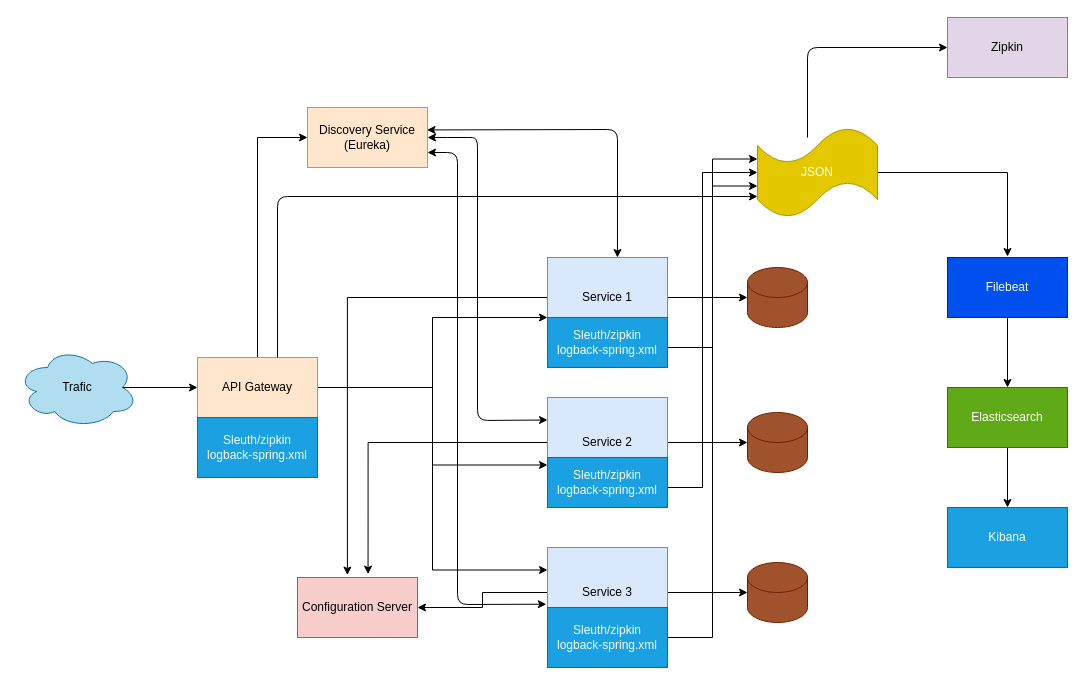
The draw.io diagram page "Seite-1" (1 of 3) of docs/Springboot-Cloud-Overview.drawio in mambarek/cma-deployment, before the edit. Source tidied: cells renumbered, new cells numbered last; positions are measured from the earlier drawing's top-left corner, leaving out a move shared by most shapes. Both pictures are drawn from the tidied source at 100%, with x=0, y=0 at pixel (17, 17).
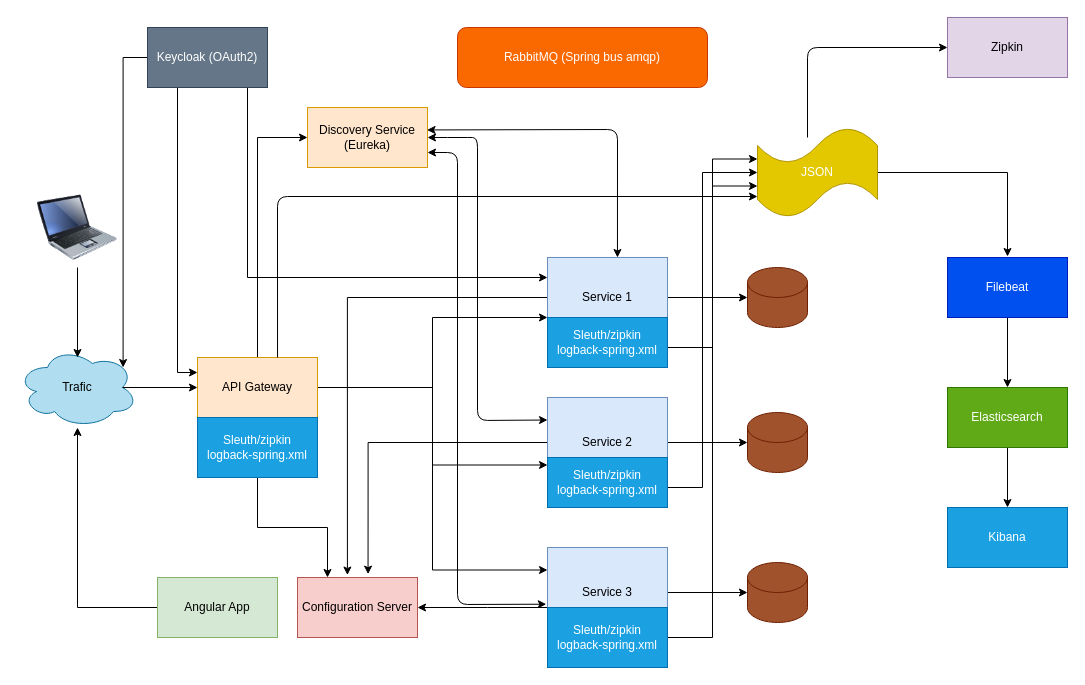
The same diagram, later.

The change refers to these unchanged cells:
```xml
<mxCell id="6" value="API Gateway" style="rounded=0;whiteSpace=wrap;html=1;fillColor=#ffe6cc;strokeColor=#d79b00;" parent="1" vertex="1">
  <mxGeometry x="180" y="340" width="120" height="60" as="geometry" />
</mxCell>
<mxCell id="7" value="Trafic" style="ellipse;shape=cloud;whiteSpace=wrap;html=1;fillColor=#b1ddf0;strokeColor=#10739e;" parent="1" vertex="1">
  <mxGeometry y="330" width="120" height="80" as="geometry" />
</mxCell>
<mxCell id="11" value="Service 1" style="rounded=0;whiteSpace=wrap;html=1;fillColor=#dae8fc;strokeColor=#6c8ebf;" parent="1" vertex="1">
  <mxGeometry x="530" y="240" width="120" height="80" as="geometry" />
</mxCell>
<mxCell id="19" value="Service 3" style="rounded=0;whiteSpace=wrap;html=1;fillColor=#dae8fc;strokeColor=#6c8ebf;" parent="1" vertex="1">
  <mxGeometry x="530" y="530" width="120" height="90" as="geometry" />
</mxCell>
<mxCell id="28" value="Configuration Server" style="rounded=0;whiteSpace=wrap;html=1;fillColor=#f8cecc;strokeColor=#b85450;" parent="1" vertex="1">
  <mxGeometry x="280" y="560" width="120" height="60" as="geometry" />
</mxCell>
<mxCell id="42" value="Sleuth/zipkin&lt;br&gt;logback-spring.xml" style="rounded=0;whiteSpace=wrap;html=1;fillColor=#1ba1e2;strokeColor=#006EAF;fontColor=#ffffff;" parent="1" vertex="1">
  <mxGeometry x="180" y="400" width="120" height="60" as="geometry" />
</mxCell>
```

The edit, as a diff of the source:
```diff
@@
     <mxCell id="18" style="edgeStyle=orthogonalEdgeStyle;rounded=0;jettySize=auto;html=1;entryX=1;entryY=0.5;entryDx=0;entryDy=0;" parent="1" edge="1" source="19" target="28">
-      <mxGeometry relative="1" as="geometry" />
+      <mxGeometry relative="1" as="geometry">
+        <Array as="points">
+          <mxPoint x="470" y="590" />
+          <mxPoint x="470" y="590" />
+        </Array>
+      </mxGeometry>
     </mxCell>
@@
+    <mxCell id="43" style="edgeStyle=orthogonalEdgeStyle;rounded=0;jettySize=auto;html=1;entryX=0.25;entryY=0;entryDx=0;entryDy=0;" parent="1" edge="1" source="42" target="28">
+      <mxGeometry relative="1" as="geometry" />
+    </mxCell>
@@
+    <mxCell id="44" style="edgeStyle=orthogonalEdgeStyle;rounded=0;jettySize=auto;html=1;" parent="1" edge="1" source="45" target="7">
+      <mxGeometry relative="1" as="geometry" />
+    </mxCell>
+    <mxCell id="45" value="Angular App" style="rounded=0;whiteSpace=wrap;html=1;fillColor=#d5e8d4;strokeColor=#82b366;" parent="1" vertex="1">
+      <mxGeometry x="140" y="560" width="120" height="60" as="geometry" />
+    </mxCell>
+    <mxCell id="46" style="edgeStyle=orthogonalEdgeStyle;rounded=0;jettySize=auto;html=1;entryX=0.5;entryY=0.125;entryDx=0;entryDy=0;entryPerimeter=0;" parent="1" edge="1" source="47" target="7">
+      <mxGeometry relative="1" as="geometry" />
+    </mxCell>
+    <mxCell id="47" style="image;html=1;image=img/lib/clip_art/computers/Laptop_128x128.png;" parent="1" vertex="1">
+      <mxGeometry x="20" y="170" width="80" height="80" as="geometry" />
+    </mxCell>
+    <mxCell id="48" value="RabbitMQ (Spring bus amqp)" style="rounded=1;whiteSpace=wrap;html=1;fillColor=#fa6800;strokeColor=#C73500;fontColor=#ffffff;" parent="1" vertex="1">
+      <mxGeometry x="440" y="10" width="250" height="60" as="geometry" />
+    </mxCell>
+    <mxCell id="49" style="edgeStyle=orthogonalEdgeStyle;rounded=0;jettySize=auto;html=1;entryX=0;entryY=0.25;entryDx=0;entryDy=0;" parent="1" edge="1" source="52" target="6">
+      <mxGeometry relative="1" as="geometry">
+        <Array as="points">
+          <mxPoint x="160" y="355" />
+        </Array>
+      </mxGeometry>
+    </mxCell>
+    <mxCell id="50" style="edgeStyle=orthogonalEdgeStyle;rounded=0;jettySize=auto;html=1;entryX=0;entryY=0.25;entryDx=0;entryDy=0;" parent="1" edge="1" source="52" target="11">
+      <mxGeometry relative="1" as="geometry">
+        <Array as="points">
+          <mxPoint x="230" y="260" />
+        </Array>
+      </mxGeometry>
+    </mxCell>
+    <mxCell id="51" style="edgeStyle=orthogonalEdgeStyle;rounded=0;jettySize=auto;html=1;entryX=0.88;entryY=0.25;entryDx=0;entryDy=0;entryPerimeter=0;" parent="1" edge="1" source="52" target="7">
+      <mxGeometry relative="1" as="geometry" />
+    </mxCell>
+    <mxCell id="52" value="Keycloak (OAuth2)" style="rounded=0;whiteSpace=wrap;html=1;fillColor=#647687;strokeColor=#314354;fontColor=#ffffff;" parent="1" vertex="1">
+      <mxGeometry x="130" y="10" width="120" height="60" as="geometry" />
+    </mxCell>
```
